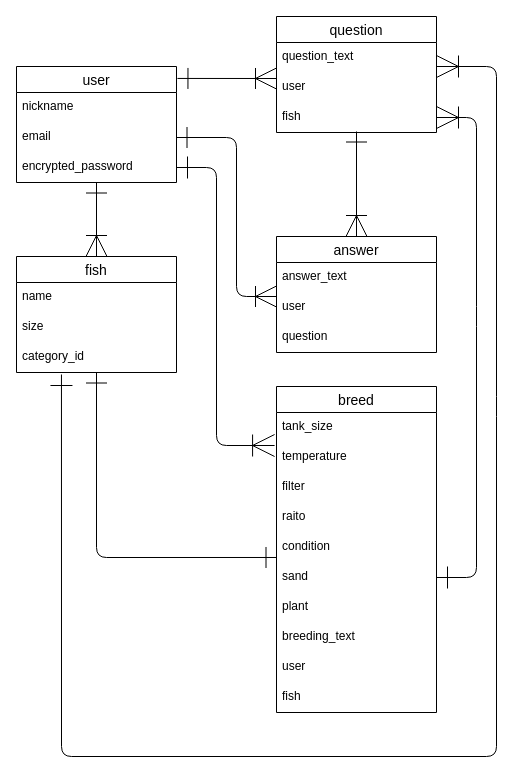
shimitar/fish-breeding keeps this draw.io diagram as ER.dio. Above is the earlier version. Source tidied: cells renumbered, new cells numbered last; positions are measured from the earlier drawing's top-left corner, leaving out a move shared by most shapes. Both pictures are drawn from the tidied source at 100%, with x=0, y=0 at pixel (16, 16).
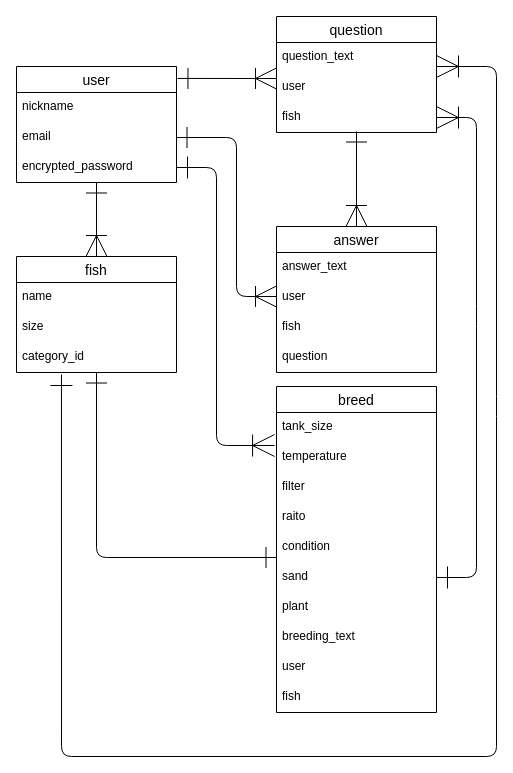
Above is the later version.

Change to the diagram source:
```diff
@@
     <mxCell id="17" value="answer" style="swimlane;fontStyle=0;horizontal=1;startSize=26;align=center;fontSize=14;" parent="1" vertex="1">
-      <mxGeometry x="260" y="220" width="160" height="116" as="geometry" />
+      <mxGeometry x="260" y="210" width="160" height="146" as="geometry" />
     </mxCell>
@@
+    <mxCell id="37" value="fish" style="text;strokeColor=none;fillColor=none;spacingLeft=4;spacingRight=4;overflow=hidden;fontSize=12;" parent="17" vertex="1">
+      <mxGeometry y="86" width="160" height="30" as="geometry" />
+    </mxCell>
     <mxCell id="20" value="question" style="text;strokeColor=none;fillColor=none;spacingLeft=4;spacingRight=4;overflow=hidden;fontSize=12;" parent="17" vertex="1">
-      <mxGeometry y="86" width="160" height="30" as="geometry" />
+      <mxGeometry y="116" width="160" height="30" as="geometry" />
     </mxCell>
```
